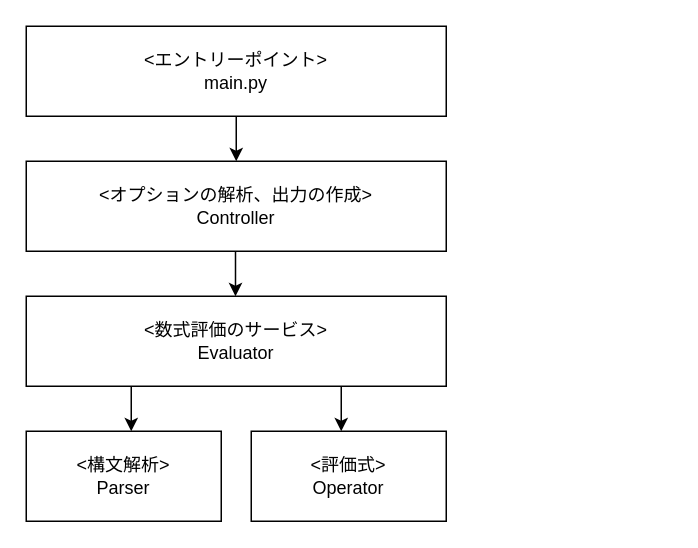
The draw.io diagram docs/architecture.drawio in shingotakagij7a/calculator-takagi, before the edit. Source tidied: cells renumbered, new cells numbered last; positions are measured from the earlier drawing's top-left corner, leaving out a move shared by most shapes. Both pictures are drawn from the tidied source at 150%, with x=0, y=0 at pixel (26, 26).
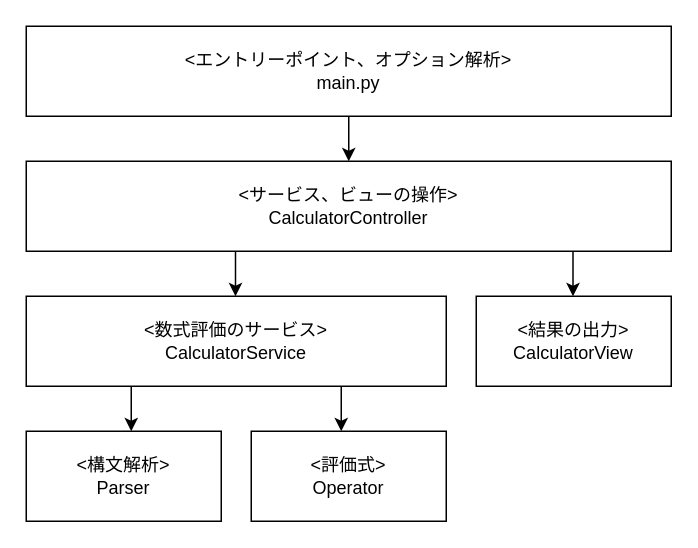
After the change.

The edit, as a diff of the source:
```diff
@@
 <mxGraphModel>
   <root>
     <mxCell id="0" />
     <mxCell id="1" parent="0" />
-    <mxCell id="2" value="&amp;lt;エントリーポイント&amp;gt;&lt;br&gt;main.py" style="rounded=0;whiteSpace=wrap;html=1;" parent="1" vertex="1">
-      <mxGeometry width="280" height="60" as="geometry" />
+    <mxCell id="2" value="&amp;lt;エントリーポイント、オプション解析&amp;gt;&lt;br&gt;main.py" style="rounded=0;whiteSpace=wrap;html=1;" parent="1" vertex="1">
+      <mxGeometry width="430" height="60" as="geometry" />
     </mxCell>
-    <mxCell id="3" value="&amp;lt;オプションの解析、出力の作成&amp;gt;&lt;br&gt;Controller" style="rounded=0;whiteSpace=wrap;html=1;" parent="1" vertex="1">
-      <mxGeometry y="90" width="280" height="60" as="geometry" />
+    <mxCell id="3" value="&amp;lt;サービス、ビューの操作&amp;gt;&lt;br&gt;CalculatorController" style="rounded=0;whiteSpace=wrap;html=1;" parent="1" vertex="1">
+      <mxGeometry y="90" width="430" height="60" as="geometry" />
     </mxCell>
-    <mxCell id="4" value="&amp;lt;数式評価のサービス&amp;gt;&lt;br&gt;Evaluator" style="rounded=0;whiteSpace=wrap;html=1;" parent="1" vertex="1">
+    <mxCell id="4" value="&amp;lt;数式評価のサービス&amp;gt;&lt;br&gt;CalculatorService" style="rounded=0;whiteSpace=wrap;html=1;" parent="1" vertex="1">
       <mxGeometry y="180" width="280" height="60" as="geometry" />
     </mxCell>
     <mxCell id="5" value="&amp;lt;構文解析&amp;gt;&lt;br&gt;Parser" style="rounded=0;whiteSpace=wrap;html=1;" parent="1" vertex="1">
       <mxGeometry y="270" width="130" height="60" as="geometry" />
     </mxCell>
     <mxCell id="6" value="&amp;lt;評価式&amp;gt;&lt;br&gt;Operator" style="rounded=0;whiteSpace=wrap;html=1;" parent="1" vertex="1">
       <mxGeometry x="150" y="270" width="130" height="60" as="geometry" />
     </mxCell>
     <mxCell id="7" style="endArrow=classic;html=1;exitX=0.5;exitY=1;exitDx=0;exitDy=0;entryX=0.5;entryY=0;entryDx=0;entryDy=0;" parent="1" edge="1" source="2" target="3">
       <mxGeometry relative="1" as="geometry" />
     </mxCell>
     <mxCell id="8" style="endArrow=classic;html=1;exitX=0.5;exitY=1;exitDx=0;exitDy=0;entryX=0.5;entryY=0;entryDx=0;entryDy=0;" parent="1" edge="1">
       <mxGeometry relative="1" as="geometry">
         <mxPoint x="139.5" y="150" as="sourcePoint" />
         <mxPoint x="139.5" y="180" as="targetPoint" />
       </mxGeometry>
     </mxCell>
     <mxCell id="9" style="endArrow=classic;html=1;exitX=0.5;exitY=1;exitDx=0;exitDy=0;entryX=0.5;entryY=0;entryDx=0;entryDy=0;" parent="1" edge="1">
       <mxGeometry relative="1" as="geometry">
         <mxPoint x="210" y="240" as="sourcePoint" />
         <mxPoint x="210" y="270" as="targetPoint" />
       </mxGeometry>
     </mxCell>
     <mxCell id="10" style="endArrow=classic;html=1;exitX=0.5;exitY=1;exitDx=0;exitDy=0;entryX=0.5;entryY=0;entryDx=0;entryDy=0;" parent="1" edge="1">
       <mxGeometry relative="1" as="geometry">
         <mxPoint x="70" y="240" as="sourcePoint" />
         <mxPoint x="70" y="270" as="targetPoint" />
       </mxGeometry>
     </mxCell>
+    <mxCell id="11" value="&amp;lt;結果の出力&amp;gt;&lt;br&gt;CalculatorView" style="rounded=0;whiteSpace=wrap;html=1;" parent="1" vertex="1">
+      <mxGeometry x="300" y="180" width="130" height="60" as="geometry" />
+    </mxCell>
+    <mxCell id="12" style="endArrow=classic;html=1;exitX=0.5;exitY=1;exitDx=0;exitDy=0;entryX=0.5;entryY=0;entryDx=0;entryDy=0;" parent="1" edge="1">
+      <mxGeometry relative="1" as="geometry">
+        <mxPoint x="364.5" y="150" as="sourcePoint" />
+        <mxPoint x="364.5" y="180" as="targetPoint" />
+      </mxGeometry>
+    </mxCell>
   </root>
 </mxGraphModel>
```
